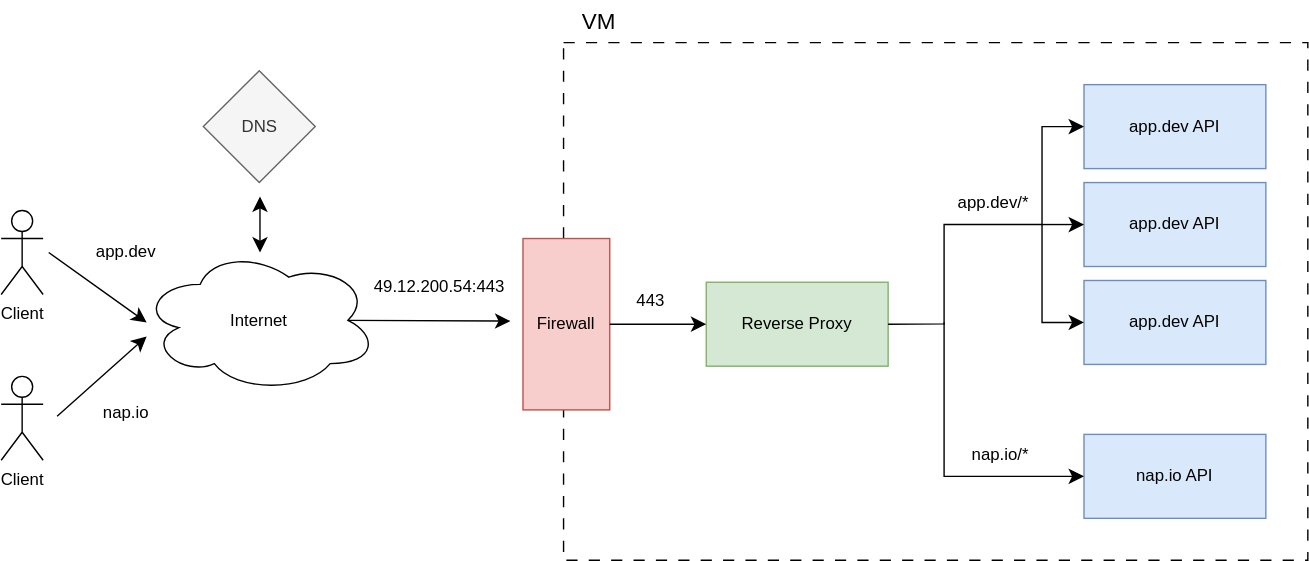
course-go/lectures keeps this draw.io diagram as assets/lecture-10/deployments/advanced.svg. Above is the earlier version. Source tidied: cells renumbered, new cells last; positions are measured from the earlier drawing's top-left corner, leaving out a move shared by most shapes. Source of this version:
```xml
<mxGraphModel>
  <root>
    <mxCell id="0" />
    <mxCell id="1" parent="0" />
    <mxCell id="2" style="rounded=0;whiteSpace=wrap;html=1;align=center;verticalAlign=middle;fontFamily=Helvetica;fontSize=12;fillColor=none;dashed=1;dashPattern=8 8;" parent="1" vertex="1">
      <mxGeometry x="402" y="30" width="532" height="370" as="geometry" />
    </mxCell>
    <mxCell id="3" value="VM" style="text;html=1;align=center;verticalAlign=middle;strokeColor=none;fillColor=none;fontSize=16;fontFamily=Helvetica;fontColor=default;" parent="1" vertex="1">
      <mxGeometry x="402" width="50" height="30" as="geometry" />
    </mxCell>
    <mxCell id="4" value="Reverse Proxy" style="rounded=0;whiteSpace=wrap;html=1;strokeColor=#82b366;align=center;verticalAlign=middle;fontFamily=Helvetica;fontSize=12;fillColor=#d5e8d4;" parent="1" vertex="1">
      <mxGeometry x="504" y="201.2" width="130" height="60" as="geometry" />
    </mxCell>
    <mxCell id="5" value="Firewall" style="rounded=0;whiteSpace=wrap;html=1;align=center;verticalAlign=middle;fontFamily=Helvetica;fontSize=12;fillColor=#f8cecc;strokeColor=#b85450;" parent="1" vertex="1">
      <mxGeometry x="373" y="170" width="62" height="122.5" as="geometry" />
    </mxCell>
    <mxCell id="6" value="Client" style="shape=umlActor;verticalLabelPosition=bottom;verticalAlign=top;html=1;align=center;fontFamily=Helvetica;fontSize=12;" parent="1" vertex="1">
      <mxGeometry y="150" width="30" height="60" as="geometry" />
    </mxCell>
    <mxCell id="7" value="Internet" style="ellipse;shape=cloud;whiteSpace=wrap;html=1;align=center;verticalAlign=middle;fontFamily=Helvetica;fontSize=12;" parent="1" vertex="1">
      <mxGeometry x="100" y="177" width="169" height="103" as="geometry" />
    </mxCell>
    <mxCell id="8" style="endArrow=none;startArrow=classic;html=1;rounded=0;fontFamily=Helvetica;fontSize=12;fontColor=default;startSize=8;endSize=8;curved=0;entryX=1;entryY=0.5;entryDx=0;entryDy=0;exitX=0;exitY=0.5;exitDx=0;exitDy=0;startFill=1;endFill=0;" parent="1" edge="1" source="4" target="5">
      <mxGeometry relative="1" as="geometry" />
    </mxCell>
    <mxCell id="9" style="edgeLabel;html=1;align=center;verticalAlign=middle;fontSize=12;strokeColor=#0e8088;fontFamily=Helvetica;fontColor=default;fillColor=#CFE3E6;" parent="8" vertex="1">
      <mxGeometry x="-0.25" relative="1" as="geometry" />
    </mxCell>
    <mxCell id="10" value="443" style="text;html=1;align=center;verticalAlign=middle;strokeColor=none;fillColor=none;fontSize=12;fontFamily=Helvetica;fontColor=default;" parent="1" vertex="1">
      <mxGeometry x="444" y="200" width="40" height="30" as="geometry" />
    </mxCell>
    <mxCell id="11" value="DNS" style="rhombus;whiteSpace=wrap;html=1;strokeColor=#666666;align=center;verticalAlign=middle;fontFamily=Helvetica;fontSize=12;fontColor=#333333;fillColor=#f5f5f5;" parent="1" vertex="1">
      <mxGeometry x="144.5" y="50" width="80" height="80" as="geometry" />
    </mxCell>
    <mxCell id="12" style="endArrow=classic;startArrow=classic;html=1;rounded=0;fontFamily=Helvetica;fontSize=12;fontColor=default;startSize=8;endSize=8;curved=1;" parent="1" edge="1">
      <mxGeometry relative="1" as="geometry">
        <mxPoint x="185" y="180" as="sourcePoint" />
        <mxPoint x="185" y="140" as="targetPoint" />
      </mxGeometry>
    </mxCell>
    <mxCell id="13" style="endArrow=classic;startArrow=none;html=1;rounded=0;fontFamily=Helvetica;fontSize=12;fontColor=default;startSize=8;endSize=8;curved=0;startFill=0;" parent="1" edge="1">
      <mxGeometry relative="1" as="geometry">
        <mxPoint x="34" y="180" as="sourcePoint" />
        <mxPoint x="104" y="230" as="targetPoint" />
      </mxGeometry>
    </mxCell>
    <mxCell id="14" value="app.dev" style="text;html=1;align=center;verticalAlign=middle;strokeColor=none;fillColor=none;fontSize=12;fontFamily=Helvetica;fontColor=default;" parent="1" vertex="1">
      <mxGeometry x="54" y="165" width="70" height="30" as="geometry" />
    </mxCell>
    <mxCell id="15" style="endArrow=classic;startArrow=none;html=1;rounded=0;fontFamily=Helvetica;fontSize=12;fontColor=default;startSize=8;endSize=8;curved=1;startFill=0;exitX=0.875;exitY=0.5;exitDx=0;exitDy=0;exitPerimeter=0;" parent="1" edge="1" source="7">
      <mxGeometry relative="1" as="geometry">
        <mxPoint x="364" y="229" as="targetPoint" />
      </mxGeometry>
    </mxCell>
    <mxCell id="16" value="&lt;span style=&quot;font-size: 12px;&quot;&gt;49.12.200.54:443&lt;/span&gt;" style="text;html=1;align=center;verticalAlign=middle;strokeColor=none;fillColor=none;fontSize=12;fontFamily=Helvetica;fontColor=default;" parent="1" vertex="1">
      <mxGeometry x="253" y="190" width="120" height="30" as="geometry" />
    </mxCell>
    <mxCell id="17" value="Client" style="shape=umlActor;verticalLabelPosition=bottom;verticalAlign=top;html=1;align=center;fontFamily=Helvetica;fontSize=12;" parent="1" vertex="1">
      <mxGeometry y="268.5" width="30" height="60" as="geometry" />
    </mxCell>
    <mxCell id="18" style="endArrow=classic;startArrow=none;html=1;rounded=0;fontFamily=Helvetica;fontSize=12;fontColor=default;startSize=8;endSize=8;curved=0;startFill=0;" parent="1" edge="1">
      <mxGeometry relative="1" as="geometry">
        <mxPoint x="40" y="297" as="sourcePoint" />
        <mxPoint x="104" y="240" as="targetPoint" />
      </mxGeometry>
    </mxCell>
    <mxCell id="19" value="nap.io" style="text;html=1;align=center;verticalAlign=middle;strokeColor=none;fillColor=none;fontSize=12;fontFamily=Helvetica;fontColor=default;" parent="1" vertex="1">
      <mxGeometry x="59" y="280" width="60" height="30" as="geometry" />
    </mxCell>
    <mxCell id="20" value="app.dev API" style="rounded=0;whiteSpace=wrap;html=1;strokeColor=#6c8ebf;align=center;verticalAlign=middle;fontFamily=Helvetica;fontSize=12;fillColor=#dae8fc;" parent="1" vertex="1">
      <mxGeometry x="774" y="60" width="130" height="60" as="geometry" />
    </mxCell>
    <mxCell id="21" value="app.dev API" style="rounded=0;whiteSpace=wrap;html=1;strokeColor=#6c8ebf;align=center;verticalAlign=middle;fontFamily=Helvetica;fontSize=12;fillColor=#dae8fc;" parent="1" vertex="1">
      <mxGeometry x="774" y="130" width="130" height="60" as="geometry" />
    </mxCell>
    <mxCell id="22" value="app.dev API" style="rounded=0;whiteSpace=wrap;html=1;strokeColor=#6c8ebf;align=center;verticalAlign=middle;fontFamily=Helvetica;fontSize=12;fillColor=#dae8fc;" parent="1" vertex="1">
      <mxGeometry x="774" y="200" width="130" height="60" as="geometry" />
    </mxCell>
    <mxCell id="23" value="nap.io API" style="rounded=0;whiteSpace=wrap;html=1;strokeColor=#6c8ebf;align=center;verticalAlign=middle;fontFamily=Helvetica;fontSize=12;fillColor=#dae8fc;" parent="1" vertex="1">
      <mxGeometry x="774" y="310" width="130" height="60" as="geometry" />
    </mxCell>
    <mxCell id="24" style="endArrow=classic;html=1;rounded=0;fontFamily=Helvetica;fontSize=12;fontColor=default;startSize=8;endSize=8;curved=0;exitX=1;exitY=0.5;exitDx=0;exitDy=0;entryX=0;entryY=0.5;entryDx=0;entryDy=0;" parent="1" edge="1" source="4" target="20">
      <mxGeometry relative="1" as="geometry">
        <Array as="points">
          <mxPoint x="674" y="231" />
          <mxPoint x="674" y="160" />
          <mxPoint x="744" y="160" />
          <mxPoint x="744" y="90" />
        </Array>
      </mxGeometry>
    </mxCell>
    <mxCell id="25" style="edgeLabel;html=1;align=center;verticalAlign=middle;fontSize=12;strokeColor=#0e8088;fontFamily=Helvetica;fontColor=default;fillColor=#CFE3E6;" parent="24" vertex="1">
      <mxGeometry x="0.15" y="3" relative="1" as="geometry" />
    </mxCell>
    <mxCell id="26" style="endArrow=classic;html=1;rounded=0;fontFamily=Helvetica;fontSize=12;fontColor=default;startSize=8;endSize=8;curved=1;entryX=0;entryY=0.5;entryDx=0;entryDy=0;" parent="1" edge="1" target="21">
      <mxGeometry relative="1" as="geometry">
        <mxPoint x="744" y="160" as="sourcePoint" />
      </mxGeometry>
    </mxCell>
    <mxCell id="27" style="endArrow=classic;html=1;rounded=0;fontFamily=Helvetica;fontSize=12;fontColor=default;startSize=8;endSize=8;curved=0;entryX=0;entryY=0.5;entryDx=0;entryDy=0;" parent="1" edge="1" target="22">
      <mxGeometry relative="1" as="geometry">
        <mxPoint x="744" y="160" as="sourcePoint" />
        <Array as="points">
          <mxPoint x="744" y="230" />
        </Array>
      </mxGeometry>
    </mxCell>
    <mxCell id="28" style="endArrow=classic;html=1;rounded=0;fontFamily=Helvetica;fontSize=12;fontColor=default;startSize=8;endSize=8;curved=0;entryX=0;entryY=0.5;entryDx=0;entryDy=0;" parent="1" edge="1" target="23">
      <mxGeometry relative="1" as="geometry">
        <mxPoint x="674" y="230" as="sourcePoint" />
        <Array as="points">
          <mxPoint x="674" y="340" />
        </Array>
      </mxGeometry>
    </mxCell>
    <mxCell id="29" value="nap.io/*" style="text;html=1;align=center;verticalAlign=middle;strokeColor=none;fillColor=none;fontSize=12;fontFamily=Helvetica;fontColor=default;" parent="1" vertex="1">
      <mxGeometry x="684" y="310" width="60" height="30" as="geometry" />
    </mxCell>
    <mxCell id="30" value="app.dev/*" style="text;html=1;align=center;verticalAlign=middle;strokeColor=none;fillColor=none;fontSize=12;fontFamily=Helvetica;fontColor=default;" parent="1" vertex="1">
      <mxGeometry x="674" y="130" width="70" height="30" as="geometry" />
    </mxCell>
  </root>
</mxGraphModel>
```
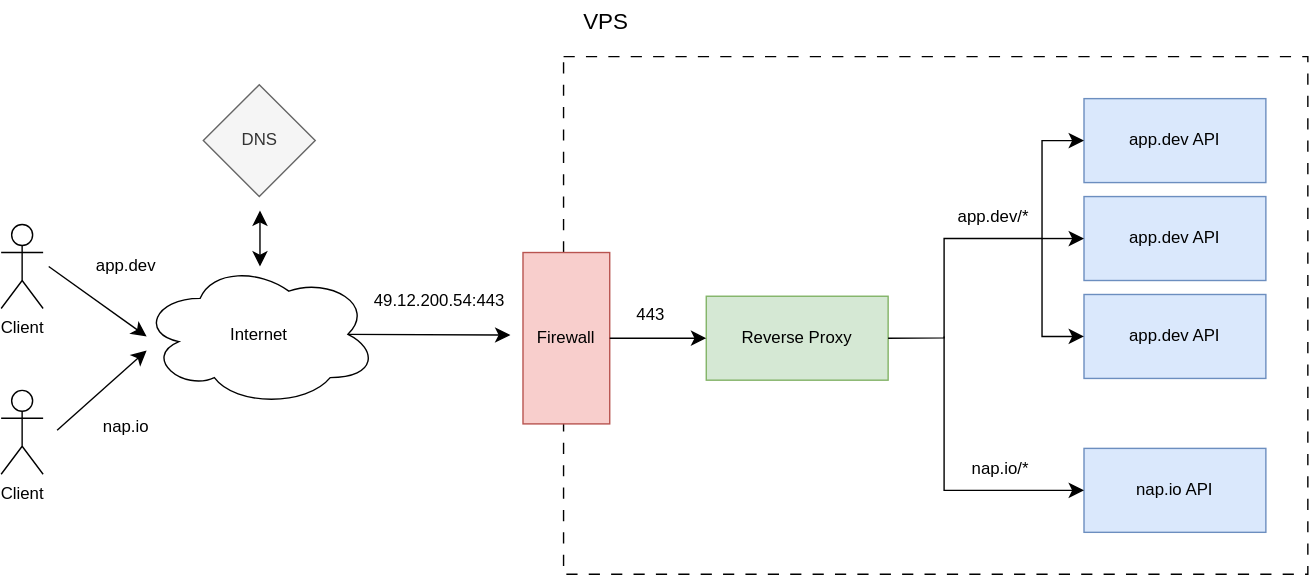
After the change.

The edit, as a diff of the source:
```diff
@@ -5,8 +5,8 @@
     <mxCell id="2" style="rounded=0;whiteSpace=wrap;html=1;align=center;verticalAlign=middle;fontFamily=Helvetica;fontSize=12;fillColor=none;dashed=1;dashPattern=8 8;" parent="1" vertex="1">
       <mxGeometry x="402" y="30" width="532" height="370" as="geometry" />
     </mxCell>
-    <mxCell id="3" value="VM" style="text;html=1;align=center;verticalAlign=middle;strokeColor=none;fillColor=none;fontSize=16;fontFamily=Helvetica;fontColor=default;" parent="1" vertex="1">
-      <mxGeometry x="402" width="50" height="30" as="geometry" />
+    <mxCell id="3" value="VPS" style="text;html=1;align=center;verticalAlign=middle;strokeColor=none;fillColor=none;fontSize=16;fontFamily=Helvetica;fontColor=default;" parent="1" vertex="1">
+      <mxGeometry x="402" y="-10" width="60" height="30" as="geometry" />
     </mxCell>
     <mxCell id="4" value="Reverse Proxy" style="rounded=0;whiteSpace=wrap;html=1;strokeColor=#82b366;align=center;verticalAlign=middle;fontFamily=Helvetica;fontSize=12;fillColor=#d5e8d4;" parent="1" vertex="1">
       <mxGeometry x="504" y="201.2" width="130" height="60" as="geometry" />
```
